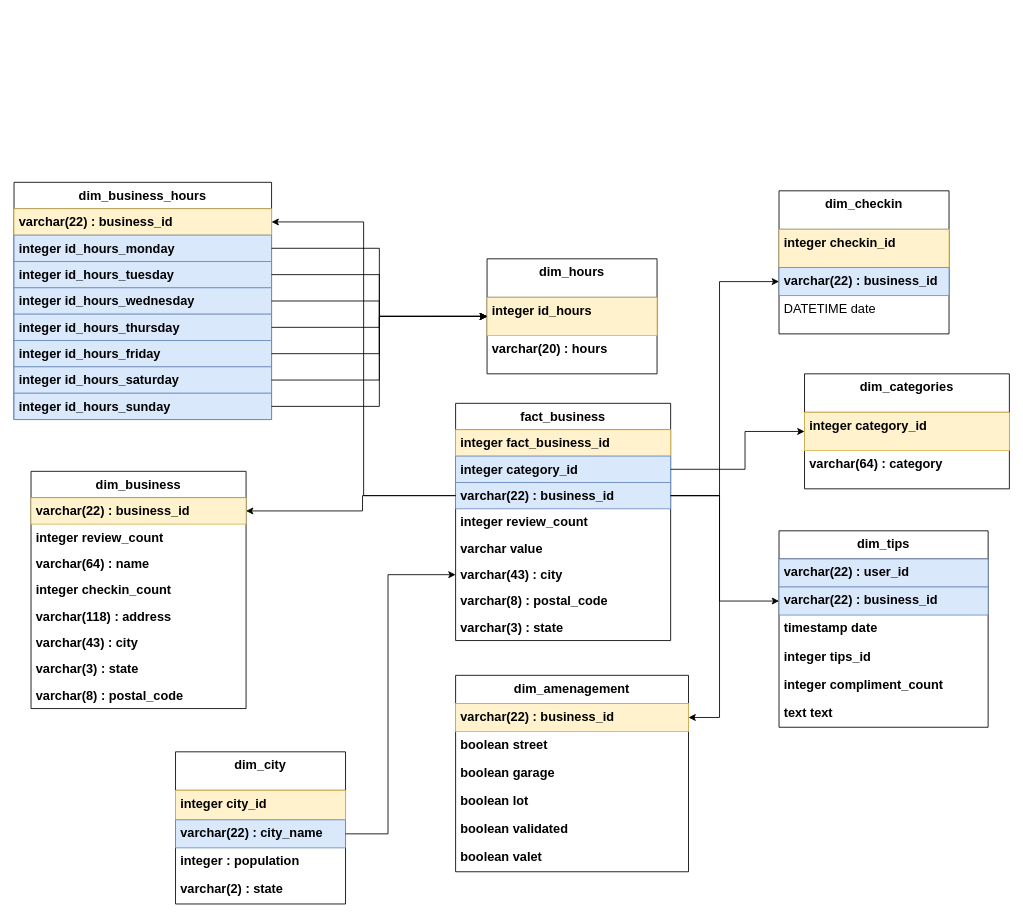
Earlier version of the draw.io diagram diagramme/Kimball.drawio (Maxime-Cllt/Argon). Source tidied: cells renumbered, new cells numbered last; positions are measured from the earlier drawing's top-left corner, leaving out a move shared by most shapes. Both pictures are drawn from the tidied source at 85%, with x=0, y=0 at pixel (14, 182).
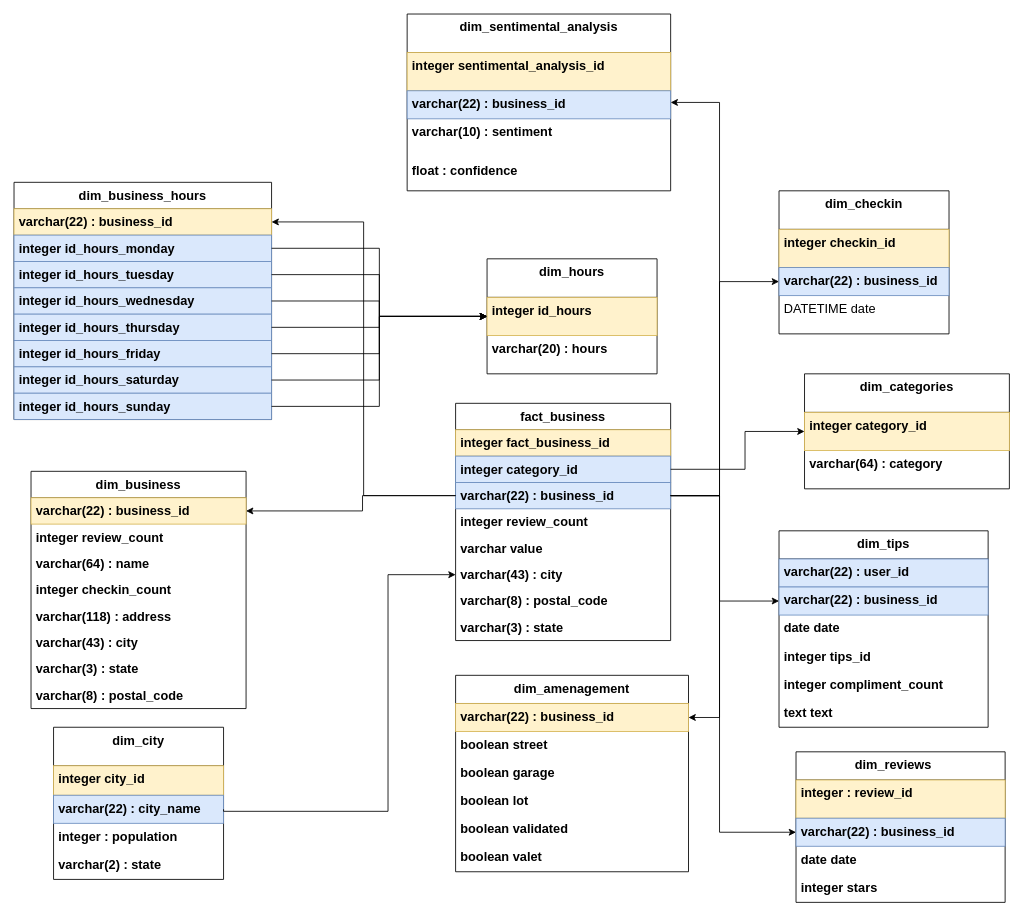
Above is the later version.

The change refers to these unchanged cells:
```xml
<mxCell id="33" value="dim_tips" style="swimlane;fontStyle=1;align=center;verticalAlign=top;horizontal=1;startSize=33.142857142857146;fontSize=15;fontFamily=Helvetica;" parent="1" vertex="1">
  <mxGeometry x="900" y="410" width="246" height="231.1" as="geometry" />
</mxCell>
<mxCell id="43" value="varchar(22) : business_id" style="text;strokeColor=#6c8ebf;fillColor=#dae8fc;align=left;verticalAlign=top;spacingLeft=4;spacingRight=4;overflow=hidden;points=[[0,0.5],[1,0.5]];portConstraint=eastwest;fontStyle=1;fontSize=15;fontFamily=Helvetica;" parent="40" vertex="1">
  <mxGeometry y="93.1" width="253" height="31" as="geometry" />
</mxCell>
<mxCell id="46" value="varchar(43) : city" style="text;strokeColor=none;fillColor=none;align=left;verticalAlign=top;spacingLeft=4;spacingRight=4;overflow=hidden;points=[[0,0.5],[1,0.5]];portConstraint=eastwest;fontStyle=1;fontSize=15;fontFamily=Helvetica;" parent="40" vertex="1">
  <mxGeometry y="186.1" width="253" height="31" as="geometry" />
</mxCell>
<mxCell id="67" value="varchar(22) : city_name" style="text;strokeColor=#6c8ebf;fillColor=#dae8fc;align=left;verticalAlign=top;spacingLeft=4;spacingRight=4;overflow=hidden;points=[[0,0.5],[1,0.5]];portConstraint=eastwest;fontStyle=1;fontSize=15;fontFamily=Helvetica;" parent="65" vertex="1">
  <mxGeometry y="80" width="200" height="33" as="geometry" />
</mxCell>
```

What changed in the source:
```diff
@@
-    <mxCell id="36" value="timestamp date" style="text;strokeColor=none;fillColor=none;align=left;verticalAlign=top;spacingLeft=4;spacingRight=4;overflow=hidden;fontStyle=1;fontSize=15;fontFamily=Helvetica;" parent="33" vertex="1">
+    <mxCell id="36" value="date date" style="text;strokeColor=none;fillColor=none;align=left;verticalAlign=top;spacingLeft=4;spacingRight=4;overflow=hidden;fontStyle=1;fontSize=15;fontFamily=Helvetica;" parent="33" vertex="1">
       <mxGeometry y="99.1" width="246" height="33" as="geometry" />
     </mxCell>
@@
     <mxCell id="65" value="dim_city" style="swimlane;fontStyle=1;align=center;verticalAlign=top;horizontal=1;startSize=45.333333333333336;fontSize=15;fontFamily=Helvetica;" parent="1" vertex="1">
-      <mxGeometry x="190" y="670" width="200" height="179" as="geometry" />
+      <mxGeometry x="46.5" y="641.1" width="200" height="179" as="geometry" />
     </mxCell>
@@
-    <mxCell id="70" style="edgeStyle=orthogonalEdgeStyle;rounded=0;jettySize=auto;html=1;entryX=0;entryY=0.5;entryDx=0;entryDy=0;fontSize=15;" parent="1" edge="1" source="67" target="46">
+    <mxCell id="70" style="edgeStyle=orthogonalEdgeStyle;rounded=0;jettySize=auto;html=1;entryX=0;entryY=0.5;entryDx=0;entryDy=0;fontSize=15;exitX=1;exitY=0.5;exitDx=0;exitDy=0;" parent="1" edge="1" source="67" target="46">
       <mxGeometry relative="1" as="geometry">
         <Array as="points">
-          <mxPoint x="440" y="767" />
+          <mxPoint x="247" y="740" />
+          <mxPoint x="440" y="740" />
           <mxPoint x="440" y="462" />
         </Array>
       </mxGeometry>
     </mxCell>
@@
+    <mxCell id="72" value="dim_sentimental_analysis" style="swimlane;fontStyle=1;align=center;verticalAlign=top;horizontal=1;startSize=45.333333333333336;fontSize=15;fontFamily=Helvetica;" parent="1" vertex="1">
+      <mxGeometry x="462.5" y="-198" width="310" height="208" as="geometry" />
+    </mxCell>
+    <mxCell id="73" value="integer sentimental_analysis_id" style="text;strokeColor=#d6b656;fillColor=#fff2cc;align=left;verticalAlign=top;spacingLeft=4;spacingRight=4;overflow=hidden;fontStyle=1;fontSize=15;fontFamily=Helvetica;" parent="72" vertex="1">
+      <mxGeometry y="45.3" width="310" height="45" as="geometry" />
+    </mxCell>
+    <mxCell id="74" value="varchar(22) : business_id" style="text;strokeColor=#6c8ebf;fillColor=#dae8fc;align=left;verticalAlign=top;spacingLeft=4;spacingRight=4;overflow=hidden;fontStyle=1;fontSize=15;fontFamily=Helvetica;" parent="72" vertex="1">
+      <mxGeometry y="90.3" width="310" height="33" as="geometry" />
+    </mxCell>
+    <mxCell id="75" value="varchar(10) : sentiment" style="text;strokeColor=none;fillColor=none;align=left;verticalAlign=top;spacingLeft=4;spacingRight=4;overflow=hidden;fontStyle=1;fontSize=15;fontFamily=Helvetica;" parent="72" vertex="1">
+      <mxGeometry y="123.3" width="310" height="45" as="geometry" />
+    </mxCell>
+    <mxCell id="76" value="float : confidence" style="text;strokeColor=none;fillColor=none;align=left;verticalAlign=top;spacingLeft=4;spacingRight=4;overflow=hidden;fontStyle=1;fontSize=15;fontFamily=Helvetica;" parent="72" vertex="1">
+      <mxGeometry y="168.3" width="310" height="39.7" as="geometry" />
+    </mxCell>
+    <mxCell id="77" style="edgeStyle=orthogonalEdgeStyle;rounded=0;jettySize=auto;html=1;entryX=1;entryY=0.5;entryDx=0;entryDy=0;" parent="1" edge="1" source="43" target="72">
+      <mxGeometry relative="1" as="geometry">
+        <Array as="points">
+          <mxPoint x="830" y="368.6" />
+          <mxPoint x="830" y="-94" />
+        </Array>
+      </mxGeometry>
+    </mxCell>
+    <mxCell id="78" value="dim_reviews    " style="swimlane;fontStyle=1;align=center;verticalAlign=top;horizontal=1;startSize=33.142857142857146;fontSize=15;fontFamily=Helvetica;" parent="1" vertex="1">
+      <mxGeometry x="920" y="670" width="246" height="177.1" as="geometry" />
+    </mxCell>
+    <mxCell id="79" value="integer : review_id" style="text;strokeColor=#d6b656;fillColor=#fff2cc;align=left;verticalAlign=top;spacingLeft=4;spacingRight=4;overflow=hidden;fontStyle=1;fontSize=15;fontFamily=Helvetica;" parent="78" vertex="1">
+      <mxGeometry y="33.1" width="246" height="45" as="geometry" />
+    </mxCell>
+    <mxCell id="80" value="varchar(22) : business_id" style="text;strokeColor=#6c8ebf;fillColor=#dae8fc;align=left;verticalAlign=top;spacingLeft=4;spacingRight=4;overflow=hidden;points=[[0,0.5],[1,0.5]];portConstraint=eastwest;fontStyle=1;fontSize=15;fontFamily=Helvetica;" parent="78" vertex="1">
+      <mxGeometry y="78.1" width="246" height="33" as="geometry" />
+    </mxCell>
+    <mxCell id="81" value="date date" style="text;strokeColor=none;fillColor=none;align=left;verticalAlign=top;spacingLeft=4;spacingRight=4;overflow=hidden;fontStyle=1;fontSize=15;fontFamily=Helvetica;" parent="78" vertex="1">
+      <mxGeometry y="111.1" width="246" height="33" as="geometry" />
+    </mxCell>
+    <mxCell id="82" value="integer stars" style="text;strokeColor=none;fillColor=none;align=left;verticalAlign=top;spacingLeft=4;spacingRight=4;overflow=hidden;fontStyle=1;fontSize=15;fontFamily=Helvetica;" parent="78" vertex="1">
+      <mxGeometry y="144.1" width="246" height="33" as="geometry" />
+    </mxCell>
+    <mxCell id="83" style="edgeStyle=orthogonalEdgeStyle;rounded=0;jettySize=auto;html=1;entryX=0;entryY=0.5;entryDx=0;entryDy=0;" parent="1" edge="1" source="43" target="80">
+      <mxGeometry relative="1" as="geometry">
+        <Array as="points">
+          <mxPoint x="830" y="369" />
+          <mxPoint x="830" y="765" />
+        </Array>
+      </mxGeometry>
+    </mxCell>
```
